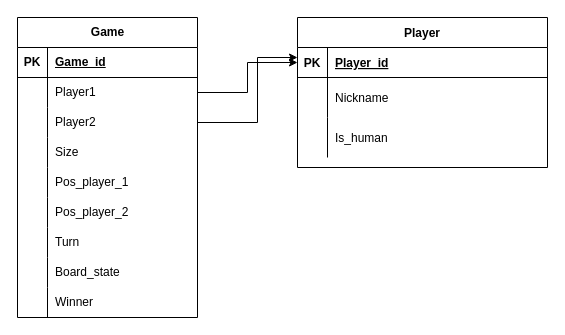
perdita96/Projet-IA keeps this draw.io diagram as schema base de donnée.drawio. Above is the earlier version. Source tidied: cells renumbered, new cells numbered last; positions are measured from the earlier drawing's top-left corner, leaving out a move shared by most shapes. Both pictures are drawn from the tidied source at 100%, with x=0, y=0 at pixel (17, 17).
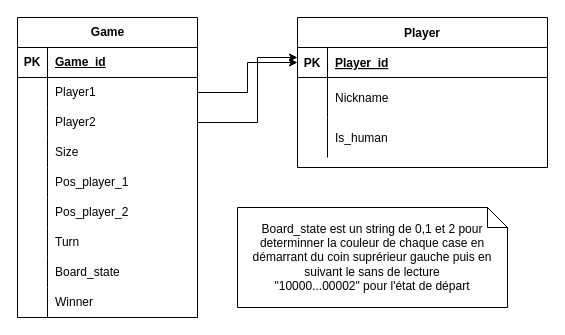
After the change.

What changed in the source:
```diff
@@
+    <mxCell id="42" value="Board_state est un string de 0,1 et 2 pour determinner la couleur de chaque case en démarrant du coin suprérieur gauche puis en suivant le sans de lecture&lt;br&gt;&quot;10000...00002&quot; pour l'état de départ" style="shape=note;size=20;whiteSpace=wrap;html=1;" parent="1" vertex="1">
+      <mxGeometry x="220" y="190" width="270" height="100" as="geometry" />
+    </mxCell>
```
